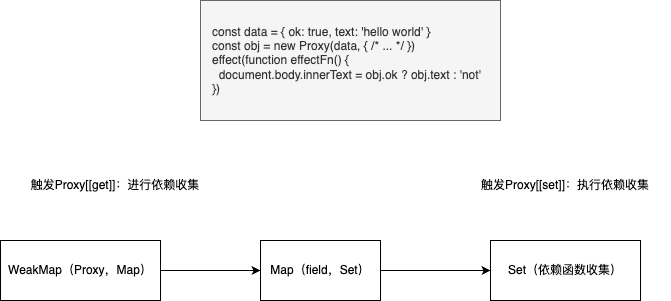
Earlier version of the draw.io export Vue3响应式_分支处理.drawio.png (JYbill/draw). Source tidied: cells renumbered, new cells last; positions are measured from the earlier drawing's top-left corner, leaving out a move shared by most shapes. Its diagram source:
```xml
<mxGraphModel>
  <root>
    <mxCell id="0" />
    <mxCell id="1" parent="0" />
    <mxCell id="2" value="&lt;div&gt;const data = { ok: true, text: 'hello world' }&lt;/div&gt;&lt;div&gt;const obj = new Proxy(data, { /* ... */ })&lt;/div&gt;&lt;div&gt;effect(function effectFn() {&lt;/div&gt;&lt;div&gt;&amp;nbsp; document.body.innerText = obj.ok ? obj.text : 'not'&amp;nbsp;&lt;/div&gt;&lt;div&gt;})&lt;/div&gt;" style="text;html=1;strokeColor=#666666;fillColor=#f5f5f5;align=left;verticalAlign=middle;whiteSpace=wrap;rounded=0;fontColor=#333333;spacingLeft=10;" parent="1" vertex="1">
      <mxGeometry x="200" width="300" height="120" as="geometry" />
    </mxCell>
    <mxCell id="3" style="edgeStyle=orthogonalEdgeStyle;rounded=0;jettySize=auto;html=1;exitX=1;exitY=0.5;exitDx=0;exitDy=0;entryX=0;entryY=0.5;entryDx=0;entryDy=0;" parent="1" edge="1" source="4" target="6">
      <mxGeometry relative="1" as="geometry" />
    </mxCell>
    <mxCell id="4" value="WeakMap（Proxy，Map）" style="rounded=0;whiteSpace=wrap;html=1;" parent="1" vertex="1">
      <mxGeometry y="240" width="160" height="60" as="geometry" />
    </mxCell>
    <mxCell id="5" style="edgeStyle=orthogonalEdgeStyle;rounded=0;jettySize=auto;html=1;exitX=1;exitY=0.5;exitDx=0;exitDy=0;entryX=0;entryY=0.5;entryDx=0;entryDy=0;" parent="1" edge="1" source="6" target="7">
      <mxGeometry relative="1" as="geometry" />
    </mxCell>
    <mxCell id="6" value="Map（field，Set）" style="rounded=0;whiteSpace=wrap;html=1;" parent="1" vertex="1">
      <mxGeometry x="260" y="240" width="120" height="60" as="geometry" />
    </mxCell>
    <mxCell id="7" value="Set（依赖函数收集）" style="rounded=0;whiteSpace=wrap;html=1;" parent="1" vertex="1">
      <mxGeometry x="490" y="240" width="150" height="60" as="geometry" />
    </mxCell>
    <mxCell id="8" value="触发Proxy[[get]]：进行依赖收集" style="text;html=1;strokeColor=none;fillColor=none;align=center;verticalAlign=middle;whiteSpace=wrap;rounded=0;" parent="1" vertex="1">
      <mxGeometry x="10" y="170" width="210" height="30" as="geometry" />
    </mxCell>
    <mxCell id="9" value="触发Proxy[[set]]：执行依赖收集" style="text;html=1;strokeColor=none;fillColor=none;align=center;verticalAlign=middle;whiteSpace=wrap;rounded=0;" parent="1" vertex="1">
      <mxGeometry x="460" y="170" width="210" height="30" as="geometry" />
    </mxCell>
  </root>
</mxGraphModel>
```
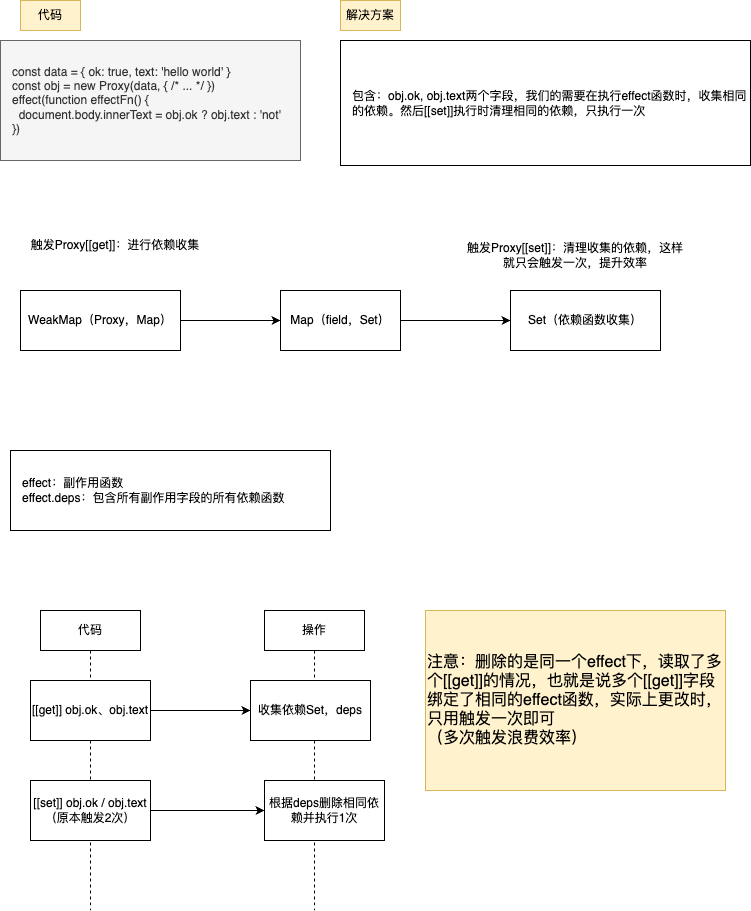
Above is the later version.

Commit message:
更新Vue3响应式_分支处理.drawio.png

Change to the diagram source:
```diff
@@ -3,28 +3,67 @@
     <mxCell id="0" />
     <mxCell id="1" parent="0" />
     <mxCell id="2" value="&lt;div&gt;const data = { ok: true, text: 'hello world' }&lt;/div&gt;&lt;div&gt;const obj = new Proxy(data, { /* ... */ })&lt;/div&gt;&lt;div&gt;effect(function effectFn() {&lt;/div&gt;&lt;div&gt;&amp;nbsp; document.body.innerText = obj.ok ? obj.text : 'not'&amp;nbsp;&lt;/div&gt;&lt;div&gt;})&lt;/div&gt;" style="text;html=1;strokeColor=#666666;fillColor=#f5f5f5;align=left;verticalAlign=middle;whiteSpace=wrap;rounded=0;fontColor=#333333;spacingLeft=10;" parent="1" vertex="1">
-      <mxGeometry x="200" width="300" height="120" as="geometry" />
+      <mxGeometry y="-20" width="300" height="120" as="geometry" />
     </mxCell>
     <mxCell id="3" style="edgeStyle=orthogonalEdgeStyle;rounded=0;jettySize=auto;html=1;exitX=1;exitY=0.5;exitDx=0;exitDy=0;entryX=0;entryY=0.5;entryDx=0;entryDy=0;" parent="1" edge="1" source="4" target="6">
       <mxGeometry relative="1" as="geometry" />
     </mxCell>
     <mxCell id="4" value="WeakMap（Proxy，Map）" style="rounded=0;whiteSpace=wrap;html=1;" parent="1" vertex="1">
-      <mxGeometry y="240" width="160" height="60" as="geometry" />
+      <mxGeometry x="20" y="230" width="160" height="60" as="geometry" />
     </mxCell>
     <mxCell id="5" style="edgeStyle=orthogonalEdgeStyle;rounded=0;jettySize=auto;html=1;exitX=1;exitY=0.5;exitDx=0;exitDy=0;entryX=0;entryY=0.5;entryDx=0;entryDy=0;" parent="1" edge="1" source="6" target="7">
       <mxGeometry relative="1" as="geometry" />
     </mxCell>
     <mxCell id="6" value="Map（field，Set）" style="rounded=0;whiteSpace=wrap;html=1;" parent="1" vertex="1">
-      <mxGeometry x="260" y="240" width="120" height="60" as="geometry" />
+      <mxGeometry x="280" y="230" width="120" height="60" as="geometry" />
     </mxCell>
     <mxCell id="7" value="Set（依赖函数收集）" style="rounded=0;whiteSpace=wrap;html=1;" parent="1" vertex="1">
-      <mxGeometry x="490" y="240" width="150" height="60" as="geometry" />
+      <mxGeometry x="510" y="230" width="150" height="60" as="geometry" />
     </mxCell>
     <mxCell id="8" value="触发Proxy[[get]]：进行依赖收集" style="text;html=1;strokeColor=none;fillColor=none;align=center;verticalAlign=middle;whiteSpace=wrap;rounded=0;" parent="1" vertex="1">
       <mxGeometry x="10" y="170" width="210" height="30" as="geometry" />
     </mxCell>
-    <mxCell id="9" value="触发Proxy[[set]]：执行依赖收集" style="text;html=1;strokeColor=none;fillColor=none;align=center;verticalAlign=middle;whiteSpace=wrap;rounded=0;" parent="1" vertex="1">
-      <mxGeometry x="460" y="170" width="210" height="30" as="geometry" />
+    <mxCell id="9" value="触发Proxy[[set]]：清理收集的依赖，这样就只会触发一次，提升效率" style="text;html=1;strokeColor=none;fillColor=none;align=center;verticalAlign=middle;whiteSpace=wrap;rounded=0;" parent="1" vertex="1">
+      <mxGeometry x="460" y="170" width="230" height="50" as="geometry" />
     </mxCell>
+    <mxCell id="10" value="effect：副作用函数&lt;br&gt;effect.deps：包含所有副作用字段的所有依赖函数" style="rounded=0;whiteSpace=wrap;html=1;align=left;spacingLeft=10;" parent="1" vertex="1">
+      <mxGeometry x="10" y="390" width="320" height="80" as="geometry" />
+    </mxCell>
+    <mxCell id="11" value="包含：obj.ok, obj.text两个字段，我们的需要在执行effect函数时，收集相同的依赖。然后[[set]]执行时清理相同的依赖，只执行一次" style="rounded=0;whiteSpace=wrap;html=1;align=left;spacingLeft=10;" parent="1" vertex="1">
+      <mxGeometry x="340" y="-20" width="410" height="125" as="geometry" />
+    </mxCell>
+    <mxCell id="12" value="代码" style="text;html=1;strokeColor=#d6b656;fillColor=#fff2cc;align=center;verticalAlign=middle;whiteSpace=wrap;rounded=0;" parent="1" vertex="1">
+      <mxGeometry x="20" y="-60" width="60" height="30" as="geometry" />
+    </mxCell>
+    <mxCell id="13" value="解决方案" style="text;html=1;strokeColor=#d6b656;fillColor=#fff2cc;align=center;verticalAlign=middle;whiteSpace=wrap;rounded=0;" parent="1" vertex="1">
+      <mxGeometry x="340" y="-60" width="60" height="30" as="geometry" />
+    </mxCell>
+    <mxCell id="14" value="操作" style="shape=umlLifeline;perimeter=lifelinePerimeter;whiteSpace=wrap;html=1;newEdgeStyle={&quot;edgeStyle&quot;:&quot;elbowEdgeStyle&quot;,&quot;elbow&quot;:&quot;vertical&quot;,&quot;curved&quot;:0,&quot;rounded&quot;:0};" parent="1" vertex="1">
+      <mxGeometry x="264" y="550" width="100" height="300" as="geometry" />
+    </mxCell>
+    <mxCell id="15" value="代码" style="shape=umlLifeline;perimeter=lifelinePerimeter;whiteSpace=wrap;html=1;newEdgeStyle={&quot;edgeStyle&quot;:&quot;elbowEdgeStyle&quot;,&quot;elbow&quot;:&quot;vertical&quot;,&quot;curved&quot;:0,&quot;rounded&quot;:0};" parent="1" vertex="1">
+      <mxGeometry x="40" y="550" width="100" height="300" as="geometry" />
+    </mxCell>
+    <mxCell id="16" style="edgeStyle=orthogonalEdgeStyle;rounded=0;jettySize=auto;html=1;exitX=1;exitY=0.5;exitDx=0;exitDy=0;" parent="1" edge="1" source="17" target="18">
+      <mxGeometry relative="1" as="geometry" />
+    </mxCell>
+    <mxCell id="17" value="[[get]] obj.ok、obj.text" style="rounded=0;whiteSpace=wrap;html=1;" parent="1" vertex="1">
+      <mxGeometry x="30" y="620" width="120" height="60" as="geometry" />
+    </mxCell>
+    <mxCell id="18" value="收集依赖Set，deps" style="rounded=0;whiteSpace=wrap;html=1;" parent="1" vertex="1">
+      <mxGeometry x="250" y="620" width="120" height="60" as="geometry" />
+    </mxCell>
+    <mxCell id="19" style="edgeStyle=orthogonalEdgeStyle;rounded=0;jettySize=auto;html=1;exitX=1;exitY=0.5;exitDx=0;exitDy=0;" parent="1" edge="1" source="20" target="21">
+      <mxGeometry relative="1" as="geometry" />
+    </mxCell>
+    <mxCell id="20" value="[[set]] obj.ok / obj.text&lt;br&gt;（原本触发2次）" style="rounded=0;whiteSpace=wrap;html=1;" parent="1" vertex="1">
+      <mxGeometry x="30" y="720" width="120" height="60" as="geometry" />
+    </mxCell>
+    <mxCell id="21" value="根据deps删除相同依赖并执行1次" style="rounded=0;whiteSpace=wrap;html=1;" parent="1" vertex="1">
+      <mxGeometry x="264" y="720" width="120" height="60" as="geometry" />
+    </mxCell>
+    <mxCell id="22" value="注意：删除的是同一个effect下，读取了多个[[get]]的情况，也就是说多个[[get]]字段绑定了相同的effect函数，实际上更改时，只用触发一次即可&lt;br&gt;（多次触发浪费效率）" style="text;html=1;strokeColor=#d6b656;fillColor=#fff2cc;align=left;verticalAlign=middle;whiteSpace=wrap;rounded=0;fontSize=16;" parent="1" vertex="1">
+      <mxGeometry x="425" y="550" width="300" height="180" as="geometry" />
+    </mxCell>
   </root>
 </mxGraphModel>
```
